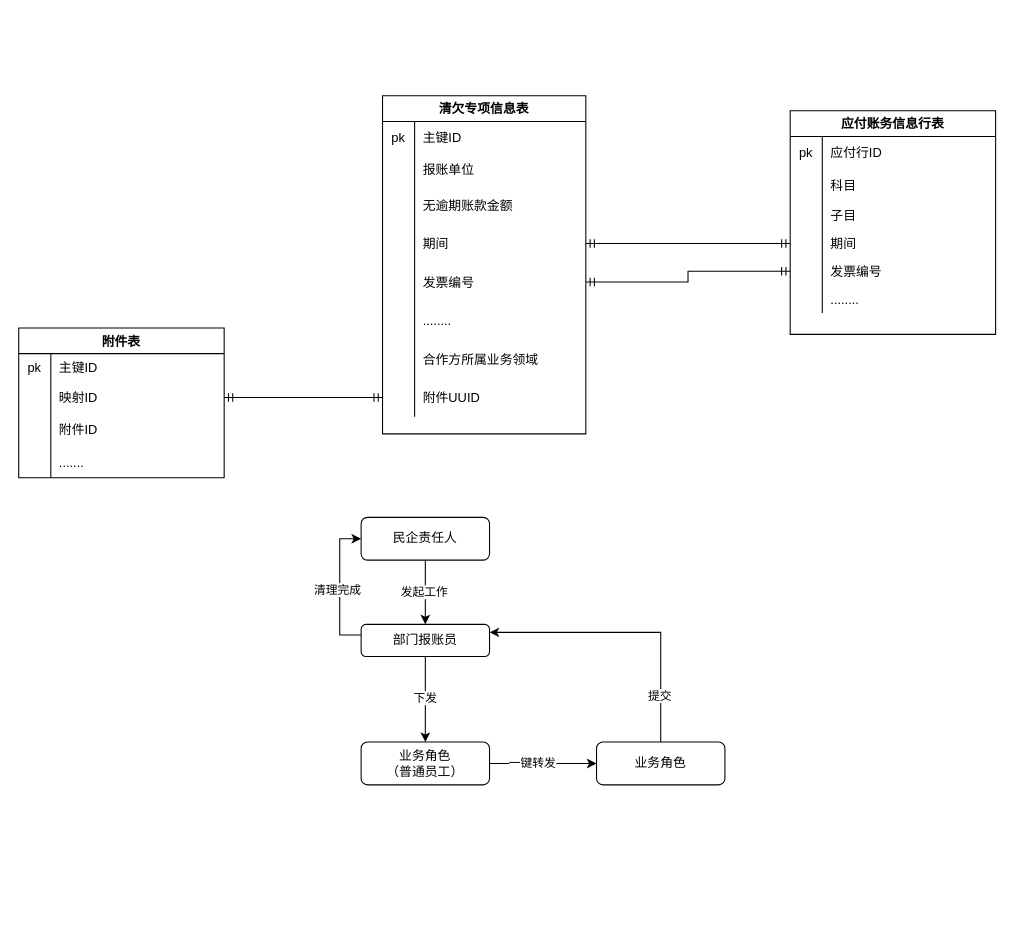
Alpha-chatbot/pic keeps this draw.io diagram as page "清欠工作台" (6 of 6) of Untitled Diagram.drawio. Above is the earlier version. Source tidied: cells renumbered, new cells numbered last; positions are measured from the earlier drawing's top-left corner, leaving out a move shared by most shapes. Both pictures are drawn from the tidied source at 107%, with x=0, y=0 at pixel (18, 95).
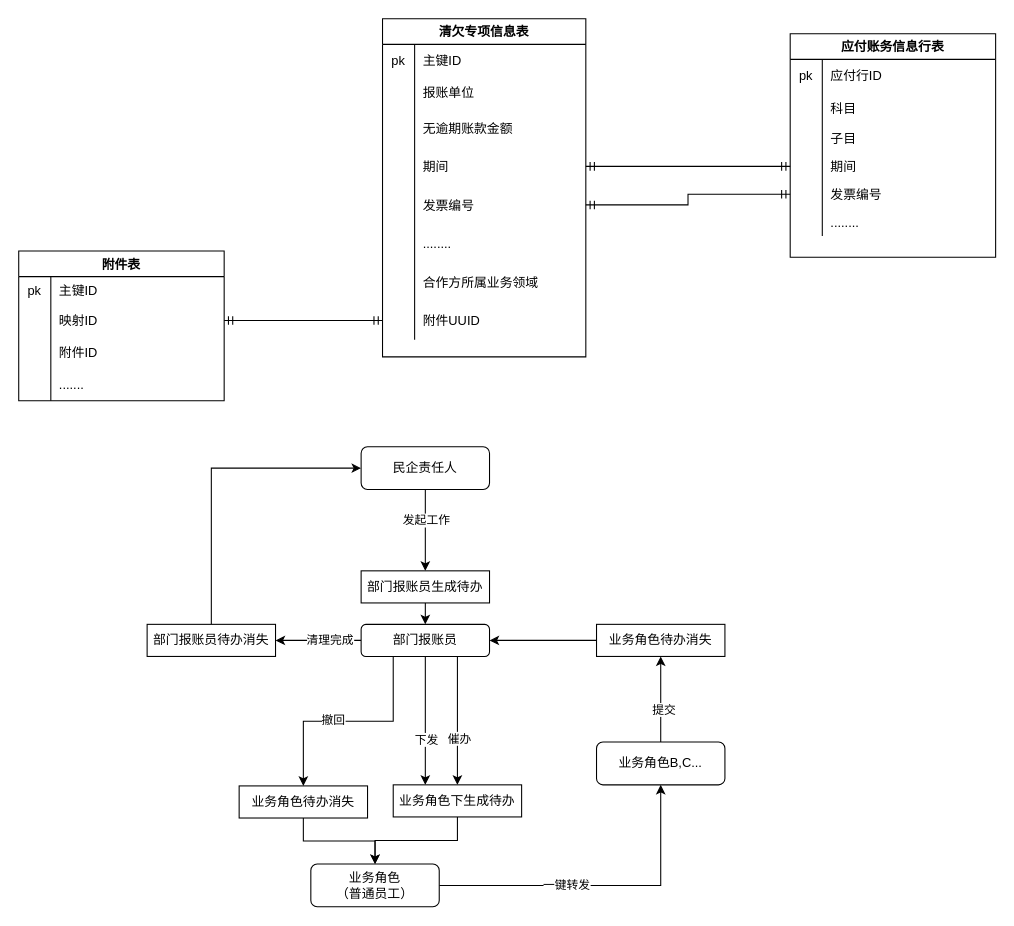
The same page after the edit.

The change refers to these unchanged cells:
```xml
<mxCell id="69" value="部门报账员" style="rounded=1;whiteSpace=wrap;html=1;" parent="1" vertex="1">
  <mxGeometry x="320" y="494" width="120" height="30" as="geometry" />
</mxCell>
```

The edit, as a diff of the source:
```diff
@@
     <mxCell id="2" value="清欠专项信息表" style="shape=table;startSize=24;childLayout=tableLayout;rowLines=0;fontStyle=1;align=center;" parent="1" vertex="1">
-      <mxGeometry x="340" width="190" height="316" as="geometry" />
+      <mxGeometry x="340" y="-72" width="190" height="316" as="geometry" />
     </mxCell>
@@
     <mxCell id="27" value="应付账务信息行表" style="shape=table;startSize=24;childLayout=tableLayout;rowLines=0;fontStyle=1;align=center;" parent="1" vertex="1">
-      <mxGeometry x="721" y="14" width="192" height="209" as="geometry" />
+      <mxGeometry x="721" y="-58" width="192" height="209" as="geometry" />
     </mxCell>
@@
     <mxCell id="46" value="附件表" style="shape=table;startSize=24;childLayout=tableLayout;rowLines=0;fontStyle=1;align=center;" parent="1" vertex="1">
-      <mxGeometry y="217" width="192" height="140" as="geometry" />
+      <mxGeometry y="145" width="192" height="140" as="geometry" />
     </mxCell>
@@
-    <mxCell id="62" style="edgeStyle=orthogonalEdgeStyle;rounded=0;jettySize=auto;html=1;entryX=0.5;entryY=0;entryDx=0;entryDy=0;" parent="1" edge="1" source="64" target="69">
-      <mxGeometry relative="1" as="geometry" />
-    </mxCell>
+    <mxCell id="76" style="edgeStyle=orthogonalEdgeStyle;rounded=0;jettySize=auto;html=1;entryX=0.5;entryY=0;entryDx=0;entryDy=0;" parent="1" edge="1" source="64" target="92">
+      <mxGeometry relative="1" as="geometry" />
+    </mxCell>
-    <mxCell id="63" value="发起工作" style="edgeLabel;html=1;align=center;verticalAlign=middle;" parent="62" vertex="1">
-      <mxGeometry x="0.23" y="-2" relative="1" as="geometry">
-        <mxPoint y="-8" as="offset" />
+    <mxCell id="63" value="发起工作" style="edgeLabel;html=1;align=center;verticalAlign=middle;" parent="76" vertex="1">
+      <mxGeometry x="-0.26" y="1" relative="1" as="geometry">
+        <mxPoint x="-1" as="offset" />
       </mxGeometry>
     </mxCell>
     <mxCell id="64" value="民企责任人" style="rounded=1;whiteSpace=wrap;html=1;" parent="1" vertex="1">
-      <mxGeometry x="320" y="394" width="120" height="40" as="geometry" />
+      <mxGeometry x="320" y="328" width="120" height="40" as="geometry" />
     </mxCell>
-    <mxCell id="65" style="edgeStyle=orthogonalEdgeStyle;rounded=0;jettySize=auto;html=1;" parent="1" edge="1" source="69" target="72">
-      <mxGeometry relative="1" as="geometry" />
-    </mxCell>
+    <mxCell id="77" style="edgeStyle=orthogonalEdgeStyle;rounded=0;jettySize=auto;html=1;exitX=0;exitY=0.5;exitDx=0;exitDy=0;entryX=1;entryY=0.5;entryDx=0;entryDy=0;" parent="1" edge="1" source="69" target="88">
+      <mxGeometry relative="1" as="geometry" />
+    </mxCell>
+    <mxCell id="68" value="清理完成" style="edgeLabel;html=1;align=center;verticalAlign=middle;" parent="77" vertex="1">
+      <mxGeometry x="-0.24" y="-1" relative="1" as="geometry" />
+    </mxCell>
+    <mxCell id="78" style="edgeStyle=orthogonalEdgeStyle;rounded=0;jettySize=auto;html=1;entryX=0.25;entryY=0;entryDx=0;entryDy=0;" parent="1" edge="1" source="69" target="86">
+      <mxGeometry relative="1" as="geometry" />
+    </mxCell>
-    <mxCell id="66" value="下发" style="edgeLabel;html=1;align=center;verticalAlign=middle;" parent="65" vertex="1">
-      <mxGeometry x="0.23" y="4" relative="1" as="geometry">
-        <mxPoint x="-5" y="-11" as="offset" />
+    <mxCell id="66" value="下发" style="edgeLabel;html=1;align=center;verticalAlign=middle;" parent="78" vertex="1">
+      <mxGeometry x="0.25" relative="1" as="geometry">
+        <mxPoint y="2" as="offset" />
       </mxGeometry>
     </mxCell>
-    <mxCell id="67" style="edgeStyle=orthogonalEdgeStyle;rounded=0;jettySize=auto;html=1;entryX=0;entryY=0.5;entryDx=0;entryDy=0;" parent="1" edge="1" source="69" target="64">
-      <mxGeometry relative="1" as="geometry">
-        <Array as="points">
-          <mxPoint x="300" y="504" />
-          <mxPoint x="300" y="414" />
-        </Array>
-      </mxGeometry>
-    </mxCell>
-    <mxCell id="68" value="清理完成" style="edgeLabel;html=1;align=center;verticalAlign=middle;" parent="67" vertex="1">
-      <mxGeometry x="-0.25" y="3" relative="1" as="geometry">
-        <mxPoint y="-14" as="offset" />
-      </mxGeometry>
-    </mxCell>
+    <mxCell id="79" style="edgeStyle=orthogonalEdgeStyle;rounded=0;jettySize=auto;html=1;exitX=0.75;exitY=1;exitDx=0;exitDy=0;" parent="1" edge="1" source="69" target="86">
+      <mxGeometry relative="1" as="geometry" />
+    </mxCell>
+    <mxCell id="80" value="催办" style="edgeLabel;html=1;align=center;verticalAlign=middle;" parent="79" vertex="1">
+      <mxGeometry x="0.27" y="1" relative="1" as="geometry" />
+    </mxCell>
+    <mxCell id="81" style="edgeStyle=orthogonalEdgeStyle;rounded=0;jettySize=auto;html=1;exitX=0.25;exitY=1;exitDx=0;exitDy=0;entryX=0.5;entryY=0;entryDx=0;entryDy=0;" parent="1" edge="1" source="69" target="94">
+      <mxGeometry relative="1" as="geometry" />
+    </mxCell>
+    <mxCell id="82" value="撤回" style="edgeLabel;html=1;align=center;verticalAlign=middle;" parent="81" vertex="1">
+      <mxGeometry x="0.14" y="-1" relative="1" as="geometry" />
+    </mxCell>
@@
-    <mxCell id="70" style="edgeStyle=orthogonalEdgeStyle;rounded=0;jettySize=auto;html=1;" parent="1" edge="1" source="72">
-      <mxGeometry relative="1" as="geometry">
-        <mxPoint x="540" y="624" as="targetPoint" />
-      </mxGeometry>
-    </mxCell>
+    <mxCell id="83" style="edgeStyle=orthogonalEdgeStyle;rounded=0;jettySize=auto;html=1;entryX=0.5;entryY=1;entryDx=0;entryDy=0;" parent="1" edge="1" source="72" target="75">
+      <mxGeometry relative="1" as="geometry" />
+    </mxCell>
-    <mxCell id="71" value="一键转发" style="edgeLabel;html=1;align=center;verticalAlign=middle;" parent="70" vertex="1">
-      <mxGeometry x="-0.23" y="3" relative="1" as="geometry">
-        <mxPoint y="2" as="offset" />
+    <mxCell id="71" value="一键转发" style="edgeLabel;html=1;align=center;verticalAlign=middle;" parent="83" vertex="1">
+      <mxGeometry x="0.03" y="-1" relative="1" as="geometry">
+        <mxPoint x="-37" y="-2" as="offset" />
       </mxGeometry>
     </mxCell>
     <mxCell id="72" value="业务角色&lt;br&gt;（普通员工）" style="rounded=1;whiteSpace=wrap;html=1;" parent="1" vertex="1">
-      <mxGeometry x="320" y="604" width="120" height="40" as="geometry" />
+      <mxGeometry x="273" y="718" width="120" height="40" as="geometry" />
     </mxCell>
-    <mxCell id="73" style="edgeStyle=orthogonalEdgeStyle;rounded=0;jettySize=auto;html=1;entryX=1;entryY=0.25;entryDx=0;entryDy=0;" parent="1" edge="1" source="75" target="69">
-      <mxGeometry relative="1" as="geometry">
-        <Array as="points">
-          <mxPoint x="600" y="502" />
-        </Array>
-      </mxGeometry>
-    </mxCell>
+    <mxCell id="84" style="edgeStyle=orthogonalEdgeStyle;rounded=0;jettySize=auto;html=1;entryX=0.5;entryY=1;entryDx=0;entryDy=0;" parent="1" edge="1" source="75" target="90">
+      <mxGeometry relative="1" as="geometry" />
+    </mxCell>
-    <mxCell id="74" value="提交" style="edgeLabel;html=1;align=center;verticalAlign=middle;" parent="73" vertex="1">
-      <mxGeometry x="-0.7" y="2" relative="1" as="geometry">
-        <mxPoint y="-5" as="offset" />
-      </mxGeometry>
+    <mxCell id="74" value="提交" style="edgeLabel;html=1;align=center;verticalAlign=middle;" parent="84" vertex="1">
+      <mxGeometry x="-0.23" y="-2" relative="1" as="geometry" />
     </mxCell>
-    <mxCell id="75" value="业务角色" style="rounded=1;whiteSpace=wrap;html=1;" parent="1" vertex="1">
+    <mxCell id="75" value="业务角色B,C..." style="rounded=1;whiteSpace=wrap;html=1;" parent="1" vertex="1">
       <mxGeometry x="540" y="604" width="120" height="40" as="geometry" />
     </mxCell>
+    <mxCell id="85" style="edgeStyle=orthogonalEdgeStyle;rounded=0;jettySize=auto;html=1;entryX=0.5;entryY=0;entryDx=0;entryDy=0;" parent="1" edge="1" source="86" target="72">
+      <mxGeometry relative="1" as="geometry" />
+    </mxCell>
+    <mxCell id="86" value="业务角色下生成待办" style="rounded=0;whiteSpace=wrap;html=1;" parent="1" vertex="1">
+      <mxGeometry x="350" y="644" width="120" height="30" as="geometry" />
+    </mxCell>
+    <mxCell id="87" style="edgeStyle=orthogonalEdgeStyle;rounded=0;jettySize=auto;html=1;entryX=0;entryY=0.5;entryDx=0;entryDy=0;" parent="1" edge="1" source="88" target="64">
+      <mxGeometry relative="1" as="geometry">
+        <Array as="points">
+          <mxPoint x="180" y="348" />
+        </Array>
+      </mxGeometry>
+    </mxCell>
+    <mxCell id="88" value="部门报账员待办消失" style="rounded=0;whiteSpace=wrap;html=1;" parent="1" vertex="1">
+      <mxGeometry x="120" y="494" width="120" height="30" as="geometry" />
+    </mxCell>
+    <mxCell id="89" style="edgeStyle=orthogonalEdgeStyle;rounded=0;jettySize=auto;html=1;" parent="1" edge="1" source="90" target="69">
+      <mxGeometry relative="1" as="geometry" />
+    </mxCell>
+    <mxCell id="90" value="业务角色待办消失" style="rounded=0;whiteSpace=wrap;html=1;" parent="1" vertex="1">
+      <mxGeometry x="540" y="494" width="120" height="30" as="geometry" />
+    </mxCell>
+    <mxCell id="91" style="edgeStyle=orthogonalEdgeStyle;rounded=0;jettySize=auto;html=1;exitX=0.5;exitY=1;exitDx=0;exitDy=0;entryX=0.5;entryY=0;entryDx=0;entryDy=0;" parent="1" edge="1" source="92" target="69">
+      <mxGeometry relative="1" as="geometry" />
+    </mxCell>
+    <mxCell id="92" value="部门报账员生成待办" style="rounded=0;whiteSpace=wrap;html=1;" parent="1" vertex="1">
+      <mxGeometry x="320" y="444" width="120" height="30" as="geometry" />
+    </mxCell>
+    <mxCell id="93" style="edgeStyle=orthogonalEdgeStyle;rounded=0;jettySize=auto;html=1;entryX=0.5;entryY=0;entryDx=0;entryDy=0;" parent="1" edge="1" source="94" target="72">
+      <mxGeometry relative="1" as="geometry" />
+    </mxCell>
+    <mxCell id="94" value="业务角色待办消失" style="rounded=0;whiteSpace=wrap;html=1;" parent="1" vertex="1">
+      <mxGeometry x="206" y="645" width="120" height="30" as="geometry" />
+    </mxCell>
```
